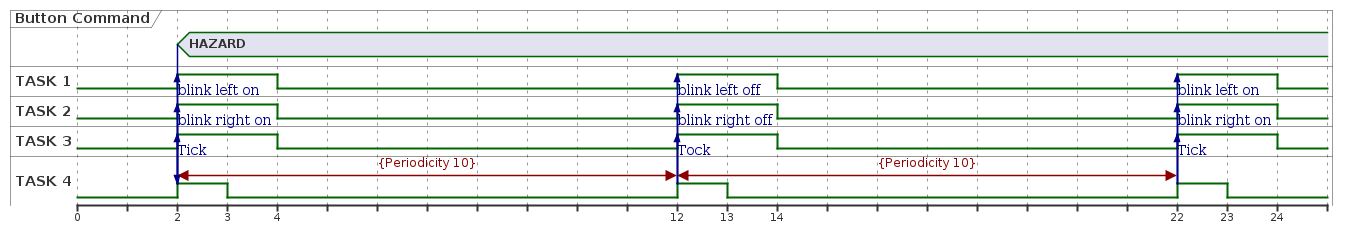
cygni/cts2023-turn-cygnicator keeps this PlantUML diagram as puml/png/step_5.png. Above is the earlier version.
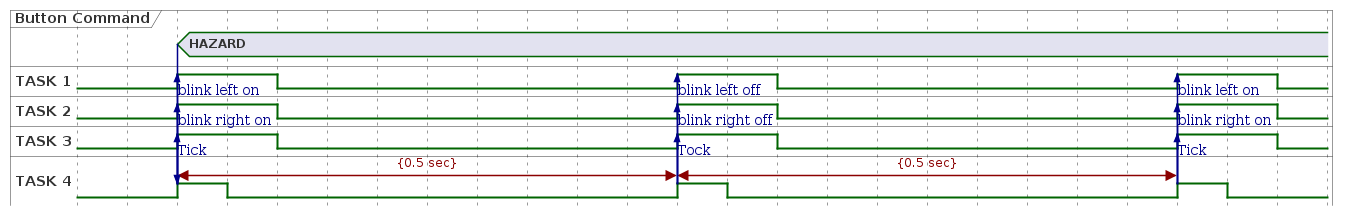
The same file after the commit.

Commit message:
more readme more description on each step

The edit, as a diff of the source:
```diff
@@ -1,14 +1,17 @@
 @startuml
 
+hide time-axis
 concise "Button Command" as button
 binary "TASK 1" as t1
 binary "TASK 2" as t2
 binary "TASK 3" as t3
 binary "TASK 4" as t4
+
+
 @0
 
 @2
-t4@2 <-> @12 : {Periodicity 10}
+t4@2 <-> @12 : {0.5 sec}
 button is "HAZARD"
 button -> t4
 t4 is high
@@ -26,7 +29,7 @@
 t3 is low
 
 @12
-t4@12 <-> @22 : {Periodicity 10}
+t4@12 <-> @22 : {0.5 sec}
 t4 is high
 t4 -> t1 : blink left off
 t1 is high
```
